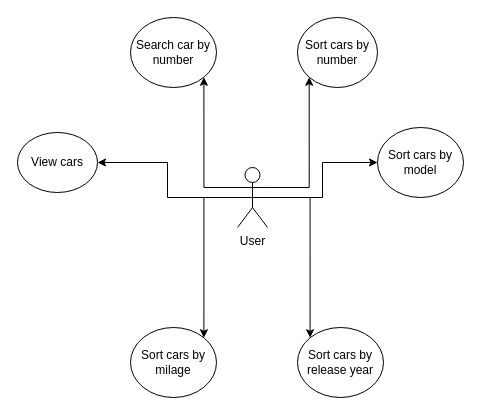
Before: page "UseCase" (2 of 3) of diagramms/Architecture.drawio in nuzhnov1/TestTask, a draw.io diagram. Source tidied: cells renumbered, new cells numbered last; positions are measured from the earlier drawing's top-left corner, leaving out a move shared by most shapes. Both pictures are drawn from the tidied source at 100%, with x=0, y=0 at pixel (17, 17).
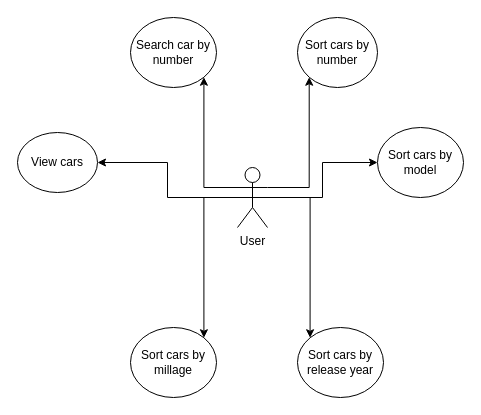
The same diagram, later.

What changed in the source:
```diff
@@
 <mxGraphModel>
   <root>
     <mxCell id="0" />
     <mxCell id="1" parent="0" />
     <mxCell id="2" style="edgeStyle=orthogonalEdgeStyle;rounded=0;jettySize=auto;html=1;entryX=1;entryY=0.5;entryDx=0;entryDy=0;exitX=0.5;exitY=0.5;exitDx=0;exitDy=0;exitPerimeter=0;" parent="1" edge="1" source="8" target="9">
       <mxGeometry relative="1" as="geometry" />
     </mxCell>
     <mxCell id="3" style="edgeStyle=orthogonalEdgeStyle;rounded=0;jettySize=auto;html=1;exitX=0.5;exitY=0.5;exitDx=0;exitDy=0;exitPerimeter=0;entryX=1;entryY=1;entryDx=0;entryDy=0;" parent="1" edge="1" source="8" target="10">
       <mxGeometry relative="1" as="geometry">
         <Array as="points">
           <mxPoint x="235" y="170" />
           <mxPoint x="187" y="170" />
         </Array>
       </mxGeometry>
     </mxCell>
     <mxCell id="4" style="edgeStyle=orthogonalEdgeStyle;rounded=0;jettySize=auto;html=1;exitX=1;exitY=0.3333333333333333;exitDx=0;exitDy=0;exitPerimeter=0;entryX=0;entryY=1;entryDx=0;entryDy=0;" parent="1" edge="1" source="8" target="11">
       <mxGeometry relative="1" as="geometry" />
     </mxCell>
     <mxCell id="5" style="edgeStyle=orthogonalEdgeStyle;rounded=0;jettySize=auto;html=1;exitX=0.5;exitY=0.5;exitDx=0;exitDy=0;exitPerimeter=0;entryX=0;entryY=0.5;entryDx=0;entryDy=0;" parent="1" edge="1" source="8" target="12">
       <mxGeometry relative="1" as="geometry" />
     </mxCell>
     <mxCell id="6" style="edgeStyle=orthogonalEdgeStyle;rounded=0;jettySize=auto;html=1;exitX=0.5;exitY=0.5;exitDx=0;exitDy=0;exitPerimeter=0;entryX=0;entryY=0;entryDx=0;entryDy=0;" parent="1" edge="1" source="8" target="13">
       <mxGeometry relative="1" as="geometry" />
     </mxCell>
     <mxCell id="7" style="edgeStyle=orthogonalEdgeStyle;rounded=0;jettySize=auto;html=1;exitX=0.5;exitY=0.5;exitDx=0;exitDy=0;exitPerimeter=0;entryX=1;entryY=0;entryDx=0;entryDy=0;" parent="1" edge="1" source="8" target="14">
       <mxGeometry relative="1" as="geometry" />
     </mxCell>
     <mxCell id="8" value="User" style="shape=umlActor;verticalLabelPosition=bottom;verticalAlign=top;html=1;" parent="1" vertex="1">
       <mxGeometry x="220" y="150" width="30" height="60" as="geometry" />
     </mxCell>
     <mxCell id="9" value="View cars" style="ellipse;whiteSpace=wrap;html=1;" parent="1" vertex="1">
       <mxGeometry y="115" width="80" height="60" as="geometry" />
     </mxCell>
     <mxCell id="10" value="Search car by number" style="ellipse;whiteSpace=wrap;html=1;" parent="1" vertex="1">
       <mxGeometry x="113" width="86" height="70" as="geometry" />
     </mxCell>
     <mxCell id="11" value="Sort cars by number" style="ellipse;whiteSpace=wrap;html=1;" parent="1" vertex="1">
       <mxGeometry x="280" width="80" height="70" as="geometry" />
     </mxCell>
     <mxCell id="12" value="Sort cars by model" style="ellipse;whiteSpace=wrap;html=1;" parent="1" vertex="1">
       <mxGeometry x="360" y="110" width="86" height="70" as="geometry" />
     </mxCell>
     <mxCell id="13" value="Sort cars by release year" style="ellipse;whiteSpace=wrap;html=1;" parent="1" vertex="1">
       <mxGeometry x="280" y="310" width="86" height="70" as="geometry" />
     </mxCell>
-    <mxCell id="14" value="Sort cars by milage" style="ellipse;whiteSpace=wrap;html=1;" parent="1" vertex="1">
+    <mxCell id="14" value="Sort cars by millage" style="ellipse;whiteSpace=wrap;html=1;" parent="1" vertex="1">
       <mxGeometry x="113" y="310" width="86" height="70" as="geometry" />
     </mxCell>
   </root>
 </mxGraphModel>
```
